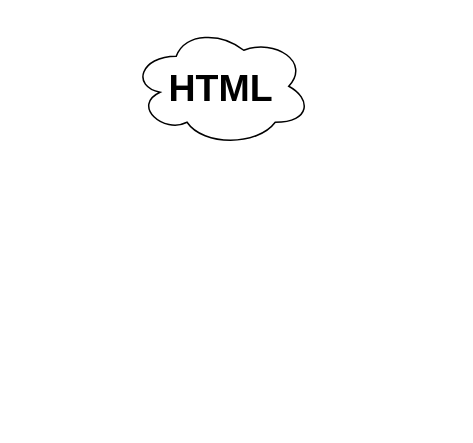
Earlier version of the draw.io diagram applications/browser/website/hypertext-transfer-protocol/html.dio (knkrn5/Programming-Concepts). Source tidied: cells renumbered, new cells numbered last; positions are measured from the earlier drawing's top-left corner, leaving out a move shared by most shapes. Both pictures are drawn from the tidied source at 150%, with x=0, y=0 at pixel (130, 26).
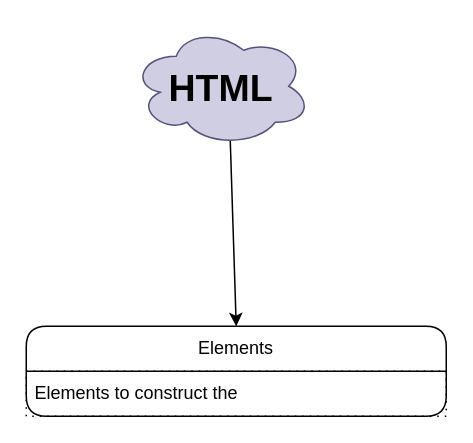
The same diagram, later.

Change to the diagram source:
```diff
@@
 <mxGraphModel background="#ffffff">
   <root>
     <mxCell id="0" />
     <mxCell id="1" parent="0" />
+    <mxCell id="3" style="edgeStyle=none;html=1;exitX=0.55;exitY=0.95;exitDx=0;exitDy=0;exitPerimeter=0;entryX=0.5;entryY=0;entryDx=0;entryDy=0;" parent="1" edge="1" source="2" target="4">
+      <mxGeometry relative="1" as="geometry" />
+    </mxCell>
-    <mxCell id="2" value="&lt;b&gt;&lt;font style=&quot;font-size: 25px;&quot;&gt;HTML&lt;/font&gt;&lt;/b&gt;" style="ellipse;shape=cloud;whiteSpace=wrap;html=1;" parent="1" vertex="1">
+    <mxCell id="2" value="&lt;b&gt;&lt;font style=&quot;font-size: 25px;&quot;&gt;HTML&lt;/font&gt;&lt;/b&gt;" style="ellipse;shape=cloud;whiteSpace=wrap;html=1;fillColor=#d0cee2;strokeColor=#56517e;" parent="1" vertex="1">
       <mxGeometry width="120" height="80" as="geometry" />
     </mxCell>
+    <mxCell id="4" value="Elements" style="swimlane;fontStyle=0;horizontal=1;startSize=30;whiteSpace=wrap;html=1;rounded=1;" parent="1" vertex="1">
+      <mxGeometry x="-70" y="200" width="280" height="60" as="geometry" />
+    </mxCell>
+    <mxCell id="5" value="Elements to construct the&amp;nbsp;" style="text;strokeColor=default;fillColor=none;align=left;verticalAlign=middle;spacingLeft=4;spacingRight=4;overflow=hidden;whiteSpace=wrap;html=1;dashed=1;dashPattern=1 4;" parent="4" vertex="1">
+      <mxGeometry y="30" width="280" height="30" as="geometry" />
+    </mxCell>
   </root>
 </mxGraphModel>
```
